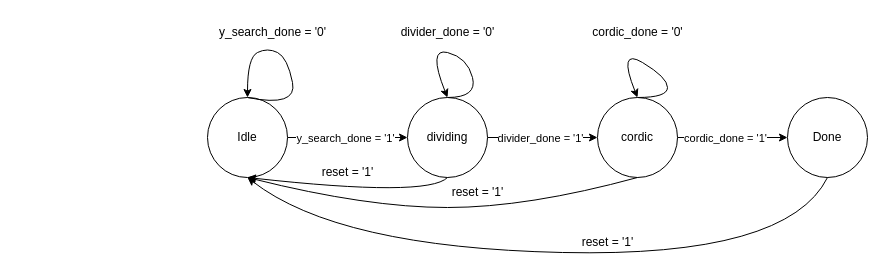
Above: Charts/General FSM.drawio in LuthfiSyahputra/CORDIC (draw.io), before the change. Source tidied: cells renumbered, new cells numbered last; positions are measured from the earlier drawing's top-left corner, leaving out a move shared by most shapes. Both pictures are drawn from the tidied source at 100%, with x=0, y=0 at pixel (207, 17).
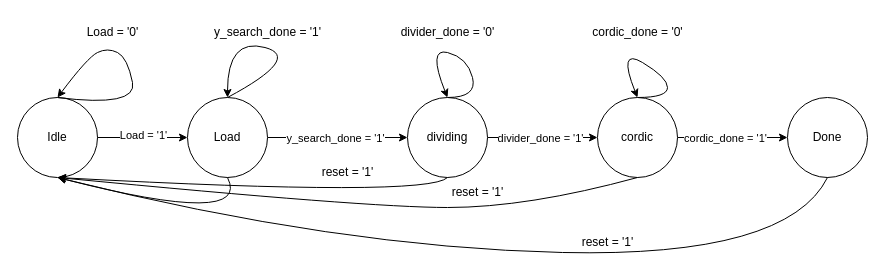
Above is the later version.

Unchanged cells that the change refers to:
```xml
<mxCell id="7" value="dividing" style="ellipse;whiteSpace=wrap;html=1;" parent="1" vertex="1">
  <mxGeometry x="200" y="80" width="80" height="80" as="geometry" />
</mxCell>
<mxCell id="10" value="cordic" style="ellipse;whiteSpace=wrap;html=1;" parent="1" vertex="1">
  <mxGeometry x="390" y="80" width="80" height="80" as="geometry" />
</mxCell>
<mxCell id="11" value="Done" style="ellipse;whiteSpace=wrap;html=1;" parent="1" vertex="1">
  <mxGeometry x="580" y="80" width="80" height="80" as="geometry" />
</mxCell>
```

Diff of the diagram source:
```diff
@@
-    <mxCell id="2" style="edgeStyle=orthogonalEdgeStyle;rounded=0;jettySize=auto;html=1;exitX=1;exitY=0.5;exitDx=0;exitDy=0;entryX=0;entryY=0.5;entryDx=0;entryDy=0;" parent="1" edge="1" source="4" target="7">
+    <mxCell id="2" style="edgeStyle=orthogonalEdgeStyle;rounded=0;jettySize=auto;html=1;exitX=1;exitY=0.5;exitDx=0;exitDy=0;entryX=0;entryY=0.5;entryDx=0;entryDy=0;" parent="1" edge="1" source="24" target="7">
       <mxGeometry relative="1" as="geometry" />
     </mxCell>
@@
     <mxCell id="4" value="Idle" style="ellipse;whiteSpace=wrap;html=1;" parent="1" vertex="1">
-      <mxGeometry y="80" width="80" height="80" as="geometry" />
+      <mxGeometry x="-190" y="80" width="80" height="80" as="geometry" />
     </mxCell>
@@
     <mxCell id="12" style="curved=1;endArrow=classic;html=1;rounded=0;exitX=0.5;exitY=0;exitDx=0;exitDy=0;entryX=0.5;entryY=0;entryDx=0;entryDy=0;" parent="1" edge="1" source="4" target="4">
       <mxGeometry relative="1" as="geometry">
         <Array as="points">
-          <mxPoint x="90" y="90" />
-          <mxPoint x="80" y="40" />
-          <mxPoint x="60" y="30" />
-          <mxPoint x="40" y="40" />
+          <mxPoint x="-70" y="90" />
+          <mxPoint x="-80" y="40" />
+          <mxPoint x="-100" y="30" />
+          <mxPoint x="-120" y="40" />
         </Array>
       </mxGeometry>
     </mxCell>
@@
-    <mxCell id="16" style="curved=1;endArrow=classic;html=1;rounded=0;exitX=0.5;exitY=1;exitDx=0;exitDy=0;" parent="1" edge="1" source="10">
+    <mxCell id="16" style="curved=1;endArrow=classic;html=1;rounded=0;exitX=0.5;exitY=1;exitDx=0;exitDy=0;entryX=0.5;entryY=1;entryDx=0;entryDy=0;" parent="1" edge="1" source="10" target="4">
       <mxGeometry relative="1" as="geometry">
-        <mxPoint x="40" y="160" as="targetPoint" />
         <Array as="points">
           <mxPoint x="320" y="190" />
           <mxPoint x="160" y="190" />
         </Array>
       </mxGeometry>
     </mxCell>
-    <mxCell id="17" style="curved=1;endArrow=classic;html=1;rounded=0;exitX=0.5;exitY=1;exitDx=0;exitDy=0;" parent="1" edge="1" source="11">
+    <mxCell id="17" style="curved=1;endArrow=classic;html=1;rounded=0;exitX=0.5;exitY=1;exitDx=0;exitDy=0;entryX=0.5;entryY=1;entryDx=0;entryDy=0;" parent="1" edge="1" source="11" target="4">
       <mxGeometry relative="1" as="geometry">
-        <mxPoint x="40" y="160" as="targetPoint" />
         <Array as="points">
           <mxPoint x="580" y="240" />
           <mxPoint x="130" y="230" />
         </Array>
       </mxGeometry>
     </mxCell>
-    <mxCell id="18" value="y_search_done = '0'" style="text;html=1;align=center;verticalAlign=middle;strokeColor=none;fillColor=none;" parent="1" vertex="1">
-      <mxGeometry width="130" height="30" as="geometry" />
+    <mxCell id="18" value="Load = '0'" style="text;html=1;align=center;verticalAlign=middle;strokeColor=none;fillColor=none;" parent="1" vertex="1">
+      <mxGeometry x="-135" width="80" height="30" as="geometry" />
     </mxCell>
@@
+    <mxCell id="24" value="Load" style="ellipse;whiteSpace=wrap;html=1;" parent="1" vertex="1">
+      <mxGeometry x="-20" y="80" width="80" height="80" as="geometry" />
+    </mxCell>
+    <mxCell id="25" style="endArrow=classic;html=1;rounded=0;entryX=0;entryY=0.5;entryDx=0;entryDy=0;" parent="1" edge="1" source="4" target="24">
+      <mxGeometry relative="1" as="geometry" />
+    </mxCell>
+    <mxCell id="26" value="Load = '1'" style="edgeLabel;html=1;align=center;verticalAlign=middle;" parent="25" vertex="1">
+      <mxGeometry y="3" relative="1" as="geometry" />
+    </mxCell>
+    <mxCell id="27" style="curved=1;endArrow=classic;html=1;rounded=0;exitX=0.5;exitY=0;exitDx=0;exitDy=0;" parent="1" edge="1" source="24">
+      <mxGeometry relative="1" as="geometry">
+        <mxPoint x="20" y="80" as="targetPoint" />
+        <Array as="points">
+          <mxPoint x="95" y="40" />
+          <mxPoint x="20" y="20" />
+        </Array>
+      </mxGeometry>
+    </mxCell>
+    <mxCell id="28" value="y_search_done = '1'" style="text;html=1;align=center;verticalAlign=middle;strokeColor=none;fillColor=none;" parent="1" vertex="1">
+      <mxGeometry x="-5" width="130" height="30" as="geometry" />
+    </mxCell>
+    <mxCell id="29" style="curved=1;endArrow=classic;html=1;rounded=0;entryX=0.5;entryY=1;entryDx=0;entryDy=0;exitX=0.5;exitY=1;exitDx=0;exitDy=0;" parent="1" edge="1" source="24" target="4">
+      <mxGeometry relative="1" as="geometry">
+        <Array as="points">
+          <mxPoint x="45" y="210" />
+        </Array>
+      </mxGeometry>
+    </mxCell>
```
